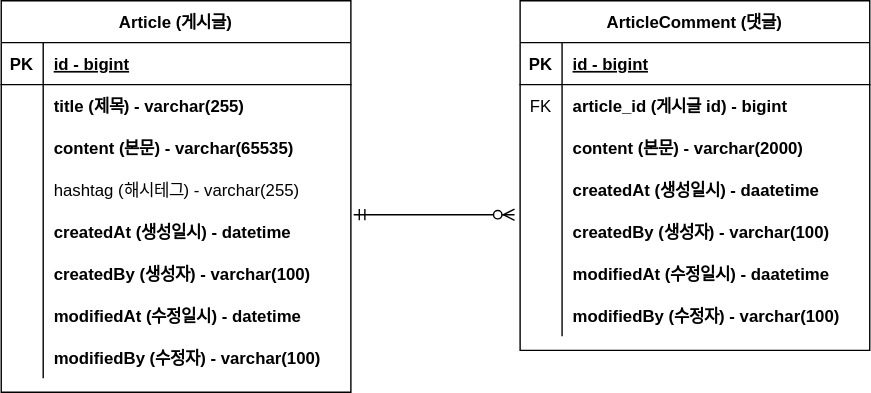
godori93/board keeps this draw.io diagram as document/project-board-erd.svg. Above is the earlier version. Source tidied: cells renumbered, new cells last; positions are measured from the earlier drawing's top-left corner, leaving out a move shared by most shapes.
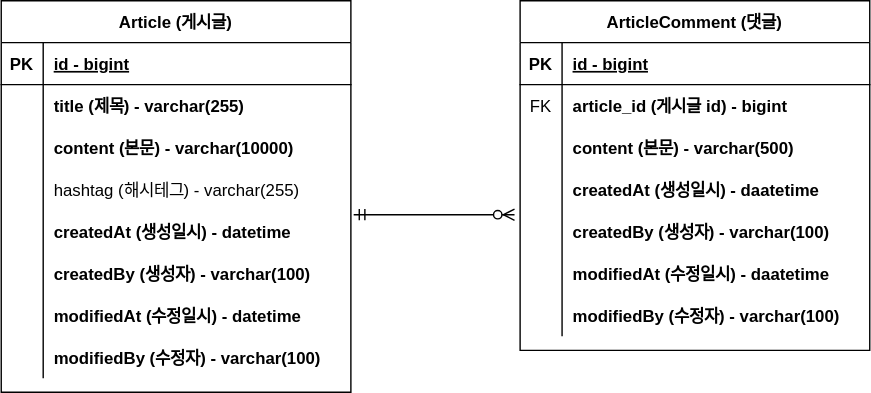
The same file after the commit.

Commit message:
#10 - erd 업데이트: content 사이즈 변경

Change to the diagram source:
```diff
@@ -2,7 +2,7 @@
   <root>
     <mxCell id="0" />
     <mxCell id="1" parent="0" />
-    <mxCell id="2" value="Article (게시글)" style="shape=table;startSize=30;rowLines=0;fontStyle=1;align=center;" parent="1" vertex="1">
+    <mxCell id="2" value="Article (게시글)" style="shape=table;startSize=30;rowLines=0;fontStyle=1;align=center;fillColor=none;" parent="1" vertex="1">
       <mxGeometry width="250" height="280" as="geometry" />
     </mxCell>
     <mxCell id="3" style="shape=partialRectangle;fillColor=none;top=0;left=0;right=0;bottom=1;" parent="2" vertex="1">
@@ -29,7 +29,7 @@
     <mxCell id="10" style="shape=partialRectangle;overflow=hidden;fillColor=none;top=0;left=0;bottom=0;right=0;" parent="9" vertex="1">
       <mxGeometry width="30" height="30" as="geometry" />
     </mxCell>
-    <mxCell id="11" value="content (본문) - varchar(65535)" style="shape=partialRectangle;overflow=hidden;fillColor=none;top=0;left=0;bottom=0;right=0;align=left;spacingLeft=6;fontStyle=1;" parent="9" vertex="1">
+    <mxCell id="11" value="content (본문) - varchar(10000)" style="shape=partialRectangle;overflow=hidden;fillColor=none;top=0;left=0;bottom=0;right=0;align=left;spacingLeft=6;fontStyle=1;" parent="9" vertex="1">
       <mxGeometry x="30" width="220" height="30" as="geometry" />
     </mxCell>
     <mxCell id="12" style="shape=partialRectangle;fillColor=none;top=0;left=0;right=0;bottom=0;" parent="2" vertex="1">
@@ -77,7 +77,7 @@
     <mxCell id="26" value="modifiedBy (수정자) - varchar(100)" style="shape=partialRectangle;overflow=hidden;fillColor=none;top=0;left=0;bottom=0;right=0;align=left;spacingLeft=6;fontStyle=1;" parent="24" vertex="1">
       <mxGeometry x="30" width="220" height="30" as="geometry" />
     </mxCell>
-    <mxCell id="27" value="ArticleComment (댓글)" style="shape=table;startSize=30;rowLines=0;fontStyle=1;align=center;" parent="1" vertex="1">
+    <mxCell id="27" value="ArticleComment (댓글)" style="shape=table;startSize=30;rowLines=0;fontStyle=1;align=center;fillColor=none;" parent="1" vertex="1">
       <mxGeometry x="371" width="250" height="250" as="geometry" />
     </mxCell>
     <mxCell id="28" style="shape=partialRectangle;fillColor=none;top=0;left=0;right=0;bottom=1;" parent="27" vertex="1">
@@ -104,7 +104,7 @@
     <mxCell id="35" style="shape=partialRectangle;overflow=hidden;fillColor=none;top=0;left=0;bottom=0;right=0;" parent="34" vertex="1">
       <mxGeometry width="30" height="30" as="geometry" />
     </mxCell>
-    <mxCell id="36" value="content (본문) - varchar(2000)" style="shape=partialRectangle;overflow=hidden;fillColor=none;top=0;left=0;bottom=0;right=0;align=left;spacingLeft=6;fontStyle=1;" parent="34" vertex="1">
+    <mxCell id="36" value="content (본문) - varchar(500)" style="shape=partialRectangle;overflow=hidden;fillColor=none;top=0;left=0;bottom=0;right=0;align=left;spacingLeft=6;fontStyle=1;" parent="34" vertex="1">
       <mxGeometry x="30" width="220" height="30" as="geometry" />
     </mxCell>
     <mxCell id="37" style="shape=partialRectangle;fillColor=none;top=0;left=0;right=0;bottom=0;" parent="27" vertex="1">
@@ -143,7 +143,7 @@
     <mxCell id="48" value="modifiedBy (수정자) - varchar(100)" style="shape=partialRectangle;overflow=hidden;fillColor=none;top=0;left=0;bottom=0;right=0;align=left;spacingLeft=6;fontStyle=1;" parent="46" vertex="1">
       <mxGeometry x="30" width="220" height="30" as="geometry" />
     </mxCell>
-    <mxCell id="49" style="edgeStyle=entityRelationEdgeStyle;fontSize=12;html=1;endArrow=ERzeroToMany;startArrow=ERmandOne;rounded=0;exitX=1.008;exitY=0.1;exitDx=0;exitDy=0;exitPerimeter=0;entryX=-0.016;entryY=0.1;entryDx=0;entryDy=0;entryPerimeter=0;" parent="1" edge="1" source="15" target="40">
+    <mxCell id="49" style="edgeStyle=entityRelationEdgeStyle;fontSize=12;html=1;endArrow=ERzeroToMany;startArrow=ERmandOne;rounded=0;exitX=1.008;exitY=0.1;exitDx=0;exitDy=0;exitPerimeter=0;entryX=-0.016;entryY=0.1;entryDx=0;entryDy=0;entryPerimeter=0;fillColor=none;" parent="1" edge="1" source="15" target="40">
       <mxGeometry relative="1" as="geometry" />
     </mxCell>
   </root>
```
